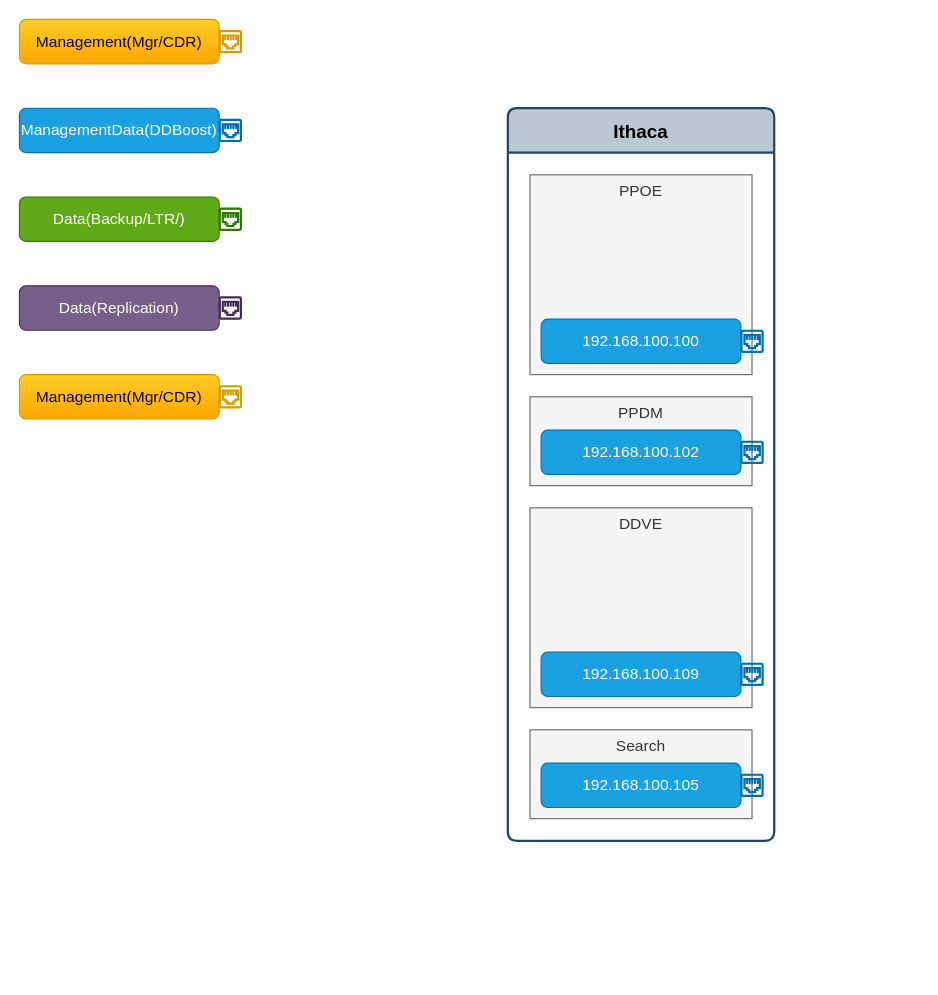
Earlier version of the draw.io diagram page "Appliance" (11 of 11) of VLAN.drawio (gaivin/drawio). Source tidied: cells renumbered, new cells numbered last; positions are measured from the earlier drawing's top-left corner, leaving out a move shared by most shapes. Both pictures are drawn from the tidied source at 111%, with x=0, y=0 at pixel (19, 19).
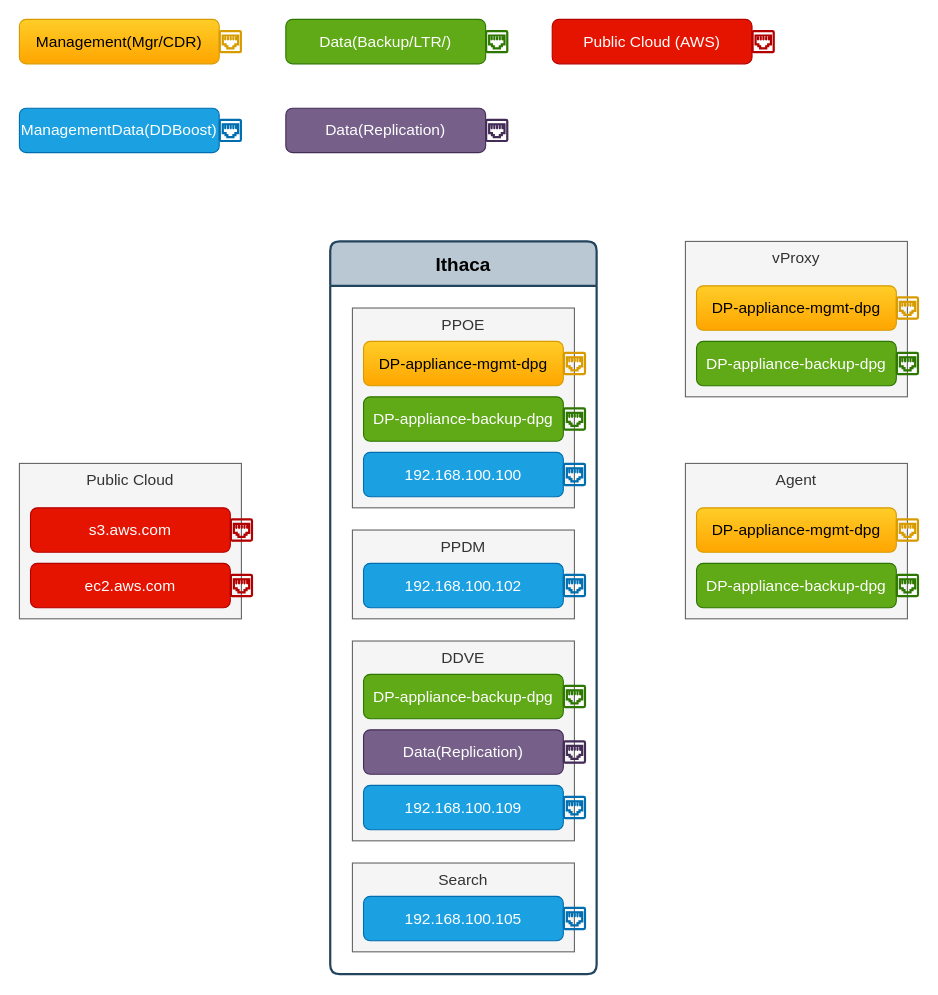
Above is the later version.

Change to the diagram source:
```diff
@@
     <mxCell id="2" value="Ithaca" style="swimlane;startSize=40;fontSize=17;rounded=1;arcSize=7;glass=0;shadow=0;sketch=0;fillColor=#bac8d3;strokeColor=#23445d;strokeWidth=2;" parent="1" vertex="1">
-      <mxGeometry x="440" y="80" width="240" height="660" as="geometry" />
+      <mxGeometry x="280" y="200" width="240" height="660" as="geometry" />
     </mxCell>
@@
+    <mxCell id="29" value="DP-appliance-mgmt-dpg" style="rounded=1;whiteSpace=wrap;html=1;shadow=0;glass=0;sketch=0;fontSize=14;fillColor=#ffcd28;strokeColor=#d79b00;gradientColor=#ffa500;" parent="2" vertex="1">
+      <mxGeometry x="30" y="90" width="180" height="40" as="geometry" />
+    </mxCell>
+    <mxCell id="30" style="sketch=0;shadow=0;dashed=0;html=1;strokeColor=#d79b00;fillColor=#ffcd28;labelPosition=center;verticalLabelPosition=bottom;verticalAlign=top;align=center;shape=mxgraph.vvd.ethernet_port;rounded=1;glass=0;fontSize=14;gradientColor=#ffa500;" parent="2" vertex="1">
+      <mxGeometry x="210" y="100" width="20" height="20" as="geometry" />
+    </mxCell>
+    <mxCell id="31" value="DP-appliance-backup-dpg" style="rounded=1;whiteSpace=wrap;html=1;shadow=0;glass=0;sketch=0;fontSize=14;fillColor=#60a917;strokeColor=#2D7600;fontColor=#ffffff;" parent="2" vertex="1">
+      <mxGeometry x="30" y="140" width="180" height="40" as="geometry" />
+    </mxCell>
+    <mxCell id="32" style="sketch=0;shadow=0;dashed=0;html=1;strokeColor=#2D7600;fillColor=#60a917;labelPosition=center;verticalLabelPosition=bottom;verticalAlign=top;align=center;shape=mxgraph.vvd.ethernet_port;rounded=1;glass=0;fontSize=14;fontColor=#ffffff;" parent="2" vertex="1">
+      <mxGeometry x="210" y="150" width="20" height="20" as="geometry" />
+    </mxCell>
+    <mxCell id="23" value="DP-appliance-backup-dpg" style="rounded=1;whiteSpace=wrap;html=1;shadow=0;glass=0;sketch=0;fontSize=14;fillColor=#60a917;strokeColor=#2D7600;fontColor=#ffffff;" parent="2" vertex="1">
+      <mxGeometry x="30" y="390" width="180" height="40" as="geometry" />
+    </mxCell>
+    <mxCell id="24" style="sketch=0;shadow=0;dashed=0;html=1;strokeColor=#2D7600;fillColor=#60a917;labelPosition=center;verticalLabelPosition=bottom;verticalAlign=top;align=center;shape=mxgraph.vvd.ethernet_port;rounded=1;glass=0;fontSize=14;fontColor=#ffffff;" parent="2" vertex="1">
+      <mxGeometry x="210" y="400" width="20" height="20" as="geometry" />
+    </mxCell>
+    <mxCell id="27" value="Data(Replication)" style="rounded=1;whiteSpace=wrap;html=1;shadow=0;glass=0;sketch=0;fontSize=14;fillColor=#76608a;strokeColor=#432D57;fontColor=#ffffff;" parent="2" vertex="1">
+      <mxGeometry x="30" y="440" width="180" height="40" as="geometry" />
+    </mxCell>
+    <mxCell id="28" style="sketch=0;shadow=0;dashed=0;html=1;strokeColor=#432D57;fillColor=#76608a;labelPosition=center;verticalLabelPosition=bottom;verticalAlign=top;align=center;shape=mxgraph.vvd.ethernet_port;rounded=1;glass=0;fontSize=14;fontColor=#ffffff;" parent="2" vertex="1">
+      <mxGeometry x="210" y="450" width="20" height="20" as="geometry" />
+    </mxCell>
@@
-    <mxCell id="23" value="Data(Backup/LTR/)" style="rounded=1;whiteSpace=wrap;html=1;shadow=0;glass=0;sketch=0;fontSize=14;fillColor=#60a917;strokeColor=#2D7600;fontColor=#ffffff;" parent="1" vertex="1">
-      <mxGeometry y="160" width="180" height="40" as="geometry" />
-    </mxCell>
-    <mxCell id="24" style="sketch=0;shadow=0;dashed=0;html=1;strokeColor=#2D7600;fillColor=#60a917;labelPosition=center;verticalLabelPosition=bottom;verticalAlign=top;align=center;shape=mxgraph.vvd.ethernet_port;rounded=1;glass=0;fontSize=14;fontColor=#ffffff;" parent="1" vertex="1">
-      <mxGeometry x="180" y="170" width="20" height="20" as="geometry" />
-    </mxCell>
-    <mxCell id="25" value="Management(Mgr/CDR)" style="rounded=1;whiteSpace=wrap;html=1;shadow=0;glass=0;sketch=0;fontSize=14;fillColor=#ffcd28;strokeColor=#d79b00;gradientColor=#ffa500;" parent="1" vertex="1">
-      <mxGeometry y="320" width="180" height="40" as="geometry" />
+    <mxCell id="25" value="Public Cloud (AWS)" style="rounded=1;whiteSpace=wrap;html=1;shadow=0;glass=0;sketch=0;fontSize=14;fillColor=#e51400;strokeColor=#B20000;fontColor=#ffffff;" parent="1" vertex="1">
+      <mxGeometry x="480" width="180" height="40" as="geometry" />
     </mxCell>
-    <mxCell id="26" style="sketch=0;shadow=0;dashed=0;html=1;strokeColor=#d79b00;fillColor=#ffcd28;labelPosition=center;verticalLabelPosition=bottom;verticalAlign=top;align=center;shape=mxgraph.vvd.ethernet_port;rounded=1;glass=0;fontSize=14;gradientColor=#ffa500;" parent="1" vertex="1">
-      <mxGeometry x="180" y="330" width="20" height="20" as="geometry" />
+    <mxCell id="26" style="sketch=0;shadow=0;dashed=0;html=1;strokeColor=#B20000;fillColor=#e51400;labelPosition=center;verticalLabelPosition=bottom;verticalAlign=top;align=center;shape=mxgraph.vvd.ethernet_port;rounded=1;glass=0;fontSize=14;fontColor=#ffffff;" parent="1" vertex="1">
+      <mxGeometry x="660" y="10" width="20" height="20" as="geometry" />
     </mxCell>
-    <mxCell id="27" value="Data(Replication)" style="rounded=1;whiteSpace=wrap;html=1;shadow=0;glass=0;sketch=0;fontSize=14;fillColor=#76608a;strokeColor=#432D57;fontColor=#ffffff;" parent="1" vertex="1">
-      <mxGeometry y="240" width="180" height="40" as="geometry" />
-    </mxCell>
-    <mxCell id="28" style="sketch=0;shadow=0;dashed=0;html=1;strokeColor=#432D57;fillColor=#76608a;labelPosition=center;verticalLabelPosition=bottom;verticalAlign=top;align=center;shape=mxgraph.vvd.ethernet_port;rounded=1;glass=0;fontSize=14;fontColor=#ffffff;" parent="1" vertex="1">
-      <mxGeometry x="180" y="250" width="20" height="20" as="geometry" />
-    </mxCell>
+    <mxCell id="33" value="Data(Backup/LTR/)" style="rounded=1;whiteSpace=wrap;html=1;shadow=0;glass=0;sketch=0;fontSize=14;fillColor=#60a917;strokeColor=#2D7600;fontColor=#ffffff;" parent="1" vertex="1">
+      <mxGeometry x="240" width="180" height="40" as="geometry" />
+    </mxCell>
+    <mxCell id="34" style="sketch=0;shadow=0;dashed=0;html=1;strokeColor=#2D7600;fillColor=#60a917;labelPosition=center;verticalLabelPosition=bottom;verticalAlign=top;align=center;shape=mxgraph.vvd.ethernet_port;rounded=1;glass=0;fontSize=14;fontColor=#ffffff;" parent="1" vertex="1">
+      <mxGeometry x="420" y="10" width="20" height="20" as="geometry" />
+    </mxCell>
+    <mxCell id="35" value="Data(Replication)" style="rounded=1;whiteSpace=wrap;html=1;shadow=0;glass=0;sketch=0;fontSize=14;fillColor=#76608a;strokeColor=#432D57;fontColor=#ffffff;" parent="1" vertex="1">
+      <mxGeometry x="240" y="80" width="180" height="40" as="geometry" />
+    </mxCell>
+    <mxCell id="36" style="sketch=0;shadow=0;dashed=0;html=1;strokeColor=#432D57;fillColor=#76608a;labelPosition=center;verticalLabelPosition=bottom;verticalAlign=top;align=center;shape=mxgraph.vvd.ethernet_port;rounded=1;glass=0;fontSize=14;fontColor=#ffffff;" parent="1" vertex="1">
+      <mxGeometry x="420" y="90" width="20" height="20" as="geometry" />
+    </mxCell>
+    <mxCell id="37" value="Public Cloud" style="rounded=0;whiteSpace=wrap;html=1;shadow=0;glass=0;sketch=0;fontSize=14;verticalAlign=top;fillColor=#f5f5f5;fontColor=#333333;strokeColor=#666666;" parent="1" vertex="1">
+      <mxGeometry y="400" width="200" height="140" as="geometry" />
+    </mxCell>
+    <mxCell id="38" value="s3.aws.com" style="rounded=1;whiteSpace=wrap;html=1;shadow=0;glass=0;sketch=0;fontSize=14;fillColor=#e51400;strokeColor=#B20000;fontColor=#ffffff;" parent="1" vertex="1">
+      <mxGeometry x="10" y="440" width="180" height="40" as="geometry" />
+    </mxCell>
+    <mxCell id="39" style="sketch=0;shadow=0;dashed=0;html=1;strokeColor=#B20000;fillColor=#e51400;labelPosition=center;verticalLabelPosition=bottom;verticalAlign=top;align=center;shape=mxgraph.vvd.ethernet_port;rounded=1;glass=0;fontSize=14;fontColor=#ffffff;" parent="1" vertex="1">
+      <mxGeometry x="190" y="450" width="20" height="20" as="geometry" />
+    </mxCell>
+    <mxCell id="40" value="ec2.aws.com" style="rounded=1;whiteSpace=wrap;html=1;shadow=0;glass=0;sketch=0;fontSize=14;fillColor=#e51400;strokeColor=#B20000;fontColor=#ffffff;" parent="1" vertex="1">
+      <mxGeometry x="10" y="490" width="180" height="40" as="geometry" />
+    </mxCell>
+    <mxCell id="41" style="sketch=0;shadow=0;dashed=0;html=1;strokeColor=#B20000;fillColor=#e51400;labelPosition=center;verticalLabelPosition=bottom;verticalAlign=top;align=center;shape=mxgraph.vvd.ethernet_port;rounded=1;glass=0;fontSize=14;fontColor=#ffffff;" parent="1" vertex="1">
+      <mxGeometry x="190" y="500" width="20" height="20" as="geometry" />
+    </mxCell>
+    <mxCell id="42" value="vProxy" style="rounded=0;whiteSpace=wrap;html=1;shadow=0;glass=0;sketch=0;fontSize=14;verticalAlign=top;fillColor=#f5f5f5;fontColor=#333333;strokeColor=#666666;" parent="1" vertex="1">
+      <mxGeometry x="600" y="200" width="200" height="140" as="geometry" />
+    </mxCell>
+    <mxCell id="43" value="DP-appliance-mgmt-dpg" style="rounded=1;whiteSpace=wrap;html=1;shadow=0;glass=0;sketch=0;fontSize=14;fillColor=#ffcd28;strokeColor=#d79b00;gradientColor=#ffa500;" parent="1" vertex="1">
+      <mxGeometry x="610" y="240" width="180" height="40" as="geometry" />
+    </mxCell>
+    <mxCell id="44" style="sketch=0;shadow=0;dashed=0;html=1;strokeColor=#d79b00;fillColor=#ffcd28;labelPosition=center;verticalLabelPosition=bottom;verticalAlign=top;align=center;shape=mxgraph.vvd.ethernet_port;rounded=1;glass=0;fontSize=14;gradientColor=#ffa500;" parent="1" vertex="1">
+      <mxGeometry x="790" y="250" width="20" height="20" as="geometry" />
+    </mxCell>
+    <mxCell id="45" value="DP-appliance-backup-dpg" style="rounded=1;whiteSpace=wrap;html=1;shadow=0;glass=0;sketch=0;fontSize=14;fillColor=#60a917;strokeColor=#2D7600;fontColor=#ffffff;" parent="1" vertex="1">
+      <mxGeometry x="610" y="290" width="180" height="40" as="geometry" />
+    </mxCell>
+    <mxCell id="46" style="sketch=0;shadow=0;dashed=0;html=1;strokeColor=#2D7600;fillColor=#60a917;labelPosition=center;verticalLabelPosition=bottom;verticalAlign=top;align=center;shape=mxgraph.vvd.ethernet_port;rounded=1;glass=0;fontSize=14;fontColor=#ffffff;" parent="1" vertex="1">
+      <mxGeometry x="790" y="300" width="20" height="20" as="geometry" />
+    </mxCell>
+    <mxCell id="47" value="Agent" style="rounded=0;whiteSpace=wrap;html=1;shadow=0;glass=0;sketch=0;fontSize=14;verticalAlign=top;fillColor=#f5f5f5;fontColor=#333333;strokeColor=#666666;" parent="1" vertex="1">
+      <mxGeometry x="600" y="400" width="200" height="140" as="geometry" />
+    </mxCell>
+    <mxCell id="48" value="DP-appliance-mgmt-dpg" style="rounded=1;whiteSpace=wrap;html=1;shadow=0;glass=0;sketch=0;fontSize=14;fillColor=#ffcd28;strokeColor=#d79b00;gradientColor=#ffa500;" parent="1" vertex="1">
+      <mxGeometry x="610" y="440" width="180" height="40" as="geometry" />
+    </mxCell>
+    <mxCell id="49" style="sketch=0;shadow=0;dashed=0;html=1;strokeColor=#d79b00;fillColor=#ffcd28;labelPosition=center;verticalLabelPosition=bottom;verticalAlign=top;align=center;shape=mxgraph.vvd.ethernet_port;rounded=1;glass=0;fontSize=14;gradientColor=#ffa500;" parent="1" vertex="1">
+      <mxGeometry x="790" y="450" width="20" height="20" as="geometry" />
+    </mxCell>
+    <mxCell id="50" value="DP-appliance-backup-dpg" style="rounded=1;whiteSpace=wrap;html=1;shadow=0;glass=0;sketch=0;fontSize=14;fillColor=#60a917;strokeColor=#2D7600;fontColor=#ffffff;" parent="1" vertex="1">
+      <mxGeometry x="610" y="490" width="180" height="40" as="geometry" />
+    </mxCell>
+    <mxCell id="51" style="sketch=0;shadow=0;dashed=0;html=1;strokeColor=#2D7600;fillColor=#60a917;labelPosition=center;verticalLabelPosition=bottom;verticalAlign=top;align=center;shape=mxgraph.vvd.ethernet_port;rounded=1;glass=0;fontSize=14;fontColor=#ffffff;" parent="1" vertex="1">
+      <mxGeometry x="790" y="500" width="20" height="20" as="geometry" />
+    </mxCell>
```
